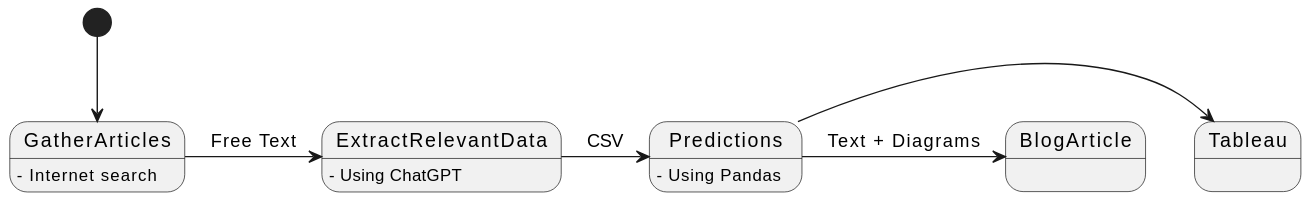
Earlier version of the PlantUML export ThePlan.svg (Czechitas-DA-Green-is-Good/Hackathon). Its diagram source:
```plantuml
@startuml
[*] --> GatherArticles
GatherArticles -> ExtractRelevantData : Free Text
GatherArticles : - Internet search
ExtractRelevantData : - Using ChatGPT
ExtractRelevantData -> Predictions : CSV
Predictions : - Using Pandas
Predictions -> Tableau
Predictions -> BlogArticle : Text + Diagrams
@enduml
```
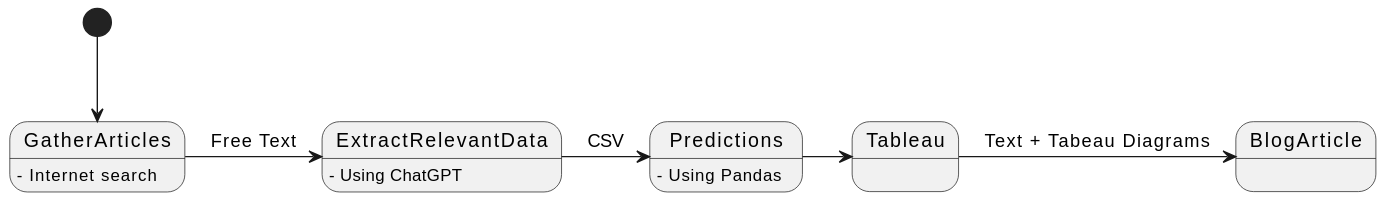
The same diagram one commit later.

Change to the diagram source:
```diff
@@ -6,5 +6,5 @@
 ExtractRelevantData -> Predictions : CSV
 Predictions : - Using Pandas
 Predictions -> Tableau
-Predictions -> BlogArticle : Text + Diagrams
+Tableau -> BlogArticle : Text + Tabeau Diagrams
 @enduml
```
